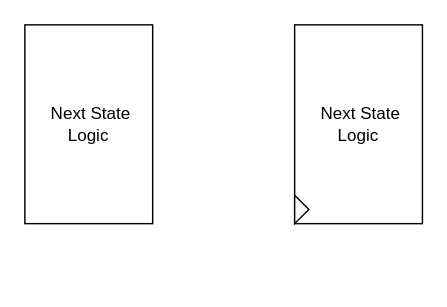
The draw.io diagram Car_Parking.drawio in 106210049/Car-Parking-System-design-with-SystemVerilog, before the edit. Source tidied: cells renumbered, new cells numbered last; positions are measured from the earlier drawing's top-left corner, leaving out a move shared by most shapes. Both pictures are drawn from the tidied source at 142%, with x=0, y=0 at pixel (24, 24).
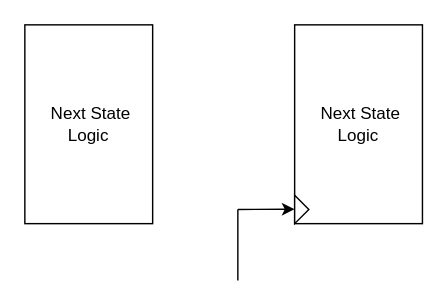
After the change.

Diff of the diagram source:
```diff
@@
 <mxGraphModel>
   <root>
     <mxCell id="0" />
     <mxCell id="1" parent="0" />
     <mxCell id="2" value="&amp;nbsp;Next State Logic" style="rounded=0;whiteSpace=wrap;html=1;" parent="1" vertex="1">
       <mxGeometry width="90" height="140" as="geometry" />
     </mxCell>
     <mxCell id="3" value="&amp;nbsp;Next State Logic" style="rounded=0;whiteSpace=wrap;html=1;" parent="1" vertex="1">
       <mxGeometry x="190" width="90" height="140" as="geometry" />
     </mxCell>
     <mxCell id="4" style="triangle;whiteSpace=wrap;html=1;" parent="1" vertex="1">
       <mxGeometry x="190" y="120" width="10" height="20" as="geometry" />
     </mxCell>
+    <mxCell id="5" style="endArrow=classic;html=1;rounded=0;" parent="1" edge="1">
+      <mxGeometry relative="1" as="geometry">
+        <mxPoint x="150" y="130" as="sourcePoint" />
+        <mxPoint x="190" y="129.8" as="targetPoint" />
+      </mxGeometry>
+    </mxCell>
+    <mxCell id="6" style="endArrow=none;html=1;rounded=0;" parent="1" edge="1">
+      <mxGeometry relative="1" as="geometry">
+        <mxPoint x="150" y="180" as="sourcePoint" />
+        <mxPoint x="150" y="130" as="targetPoint" />
+      </mxGeometry>
+    </mxCell>
   </root>
 </mxGraphModel>
```
